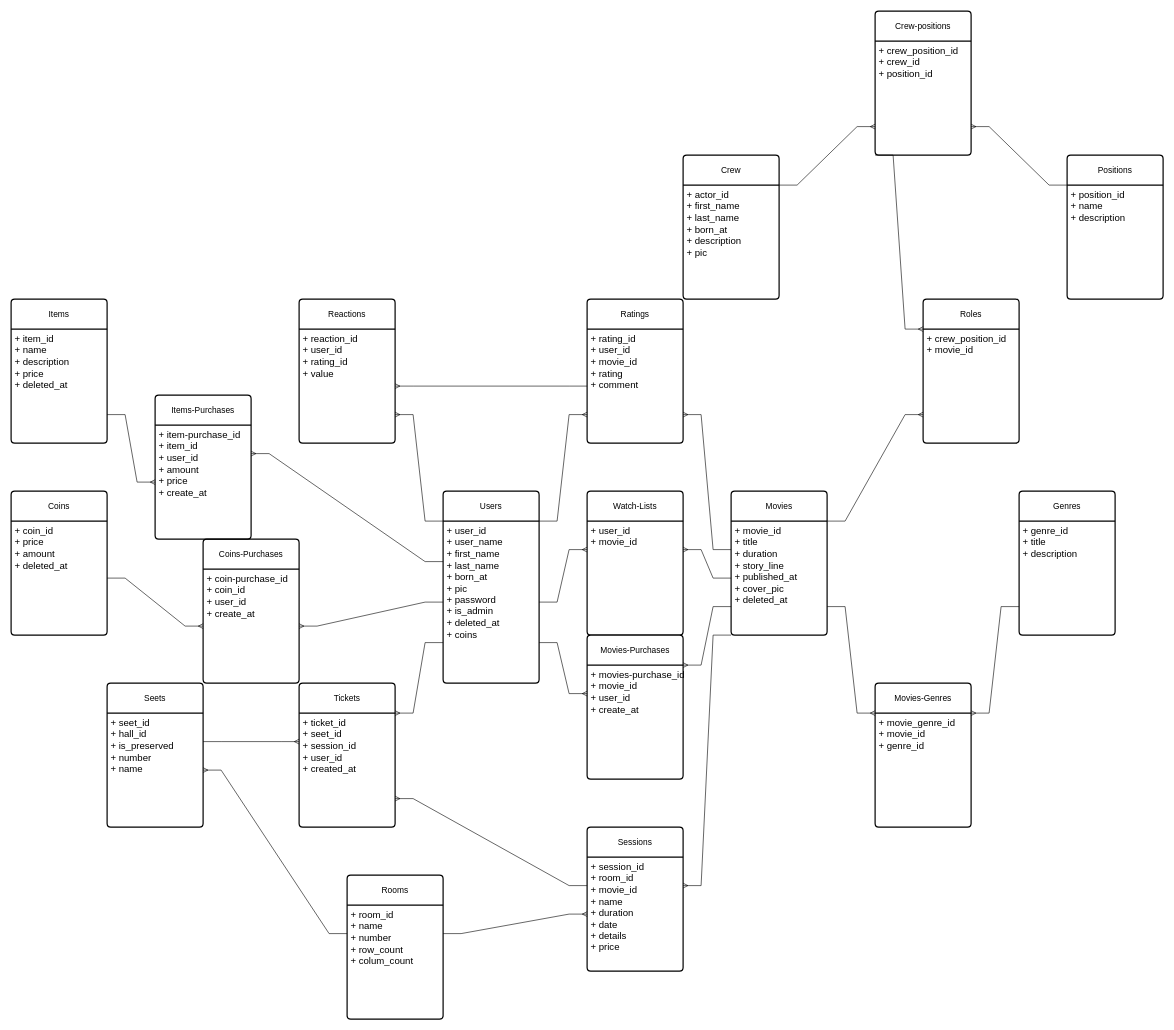
khaled-al-hamwie/cinema_managment_system_v1 keeps this draw.io diagram as extra/ERD.drawio. Above is the earlier version. Source tidied: cells renumbered, new cells numbered last; positions are measured from the earlier drawing's top-left corner, leaving out a move shared by most shapes. Both pictures are drawn from the tidied source at 60%, with x=0, y=0 at pixel (11, 11).
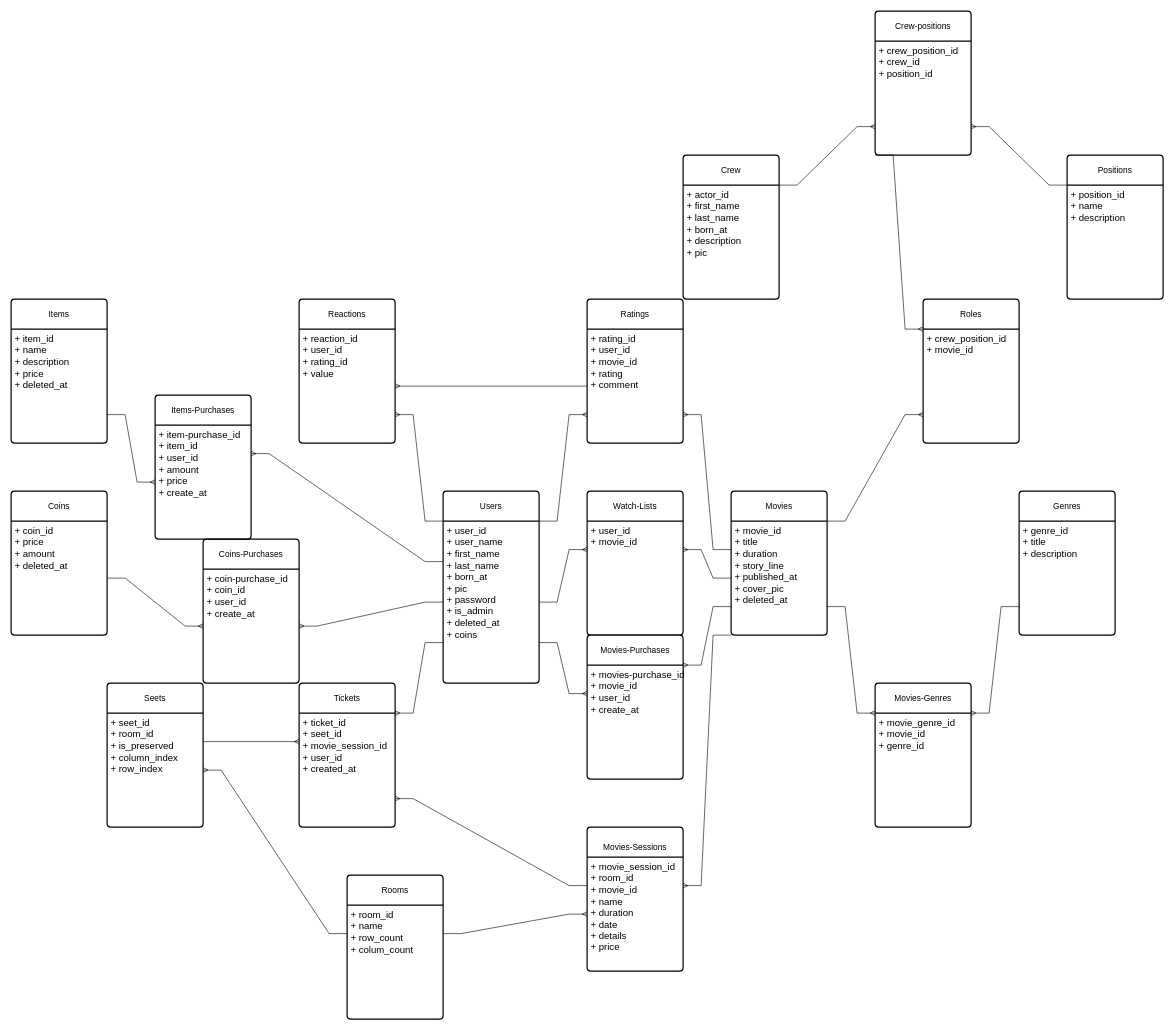
The same diagram, later.

Commit message (it also covers changes not shown here):
fixing the session name in erd to movies session

Unchanged cells that the change refers to:
```xml
<mxCell id="36" value="Rooms" style="swimlane;horizontal=1;startSize=50;rounded=1;fontSize=14;fontStyle=0;strokeWidth=2;shadow=0;dashed=0;align=center;arcSize=4;whiteSpace=wrap;html=1;" parent="1" vertex="1">
  <mxGeometry x="560" y="1440" width="160" height="240" as="geometry" />
</mxCell>
<mxCell id="38" value="Seets" style="swimlane;horizontal=1;startSize=50;rounded=1;fontSize=14;fontStyle=0;strokeWidth=2;shadow=0;dashed=0;align=center;arcSize=4;whiteSpace=wrap;html=1;" parent="1" vertex="1">
  <mxGeometry x="160" y="1120" width="160" height="240" as="geometry" />
</mxCell>
<mxCell id="45" value="Tickets" style="swimlane;horizontal=1;startSize=50;rounded=1;fontSize=14;fontStyle=0;strokeWidth=2;shadow=0;dashed=0;align=center;arcSize=4;whiteSpace=wrap;html=1;" parent="1" vertex="1">
  <mxGeometry x="480" y="1120" width="160" height="240" as="geometry" />
</mxCell>
```

Diff of the diagram source:
```diff
@@
-    <mxCell id="37" value="&lt;font style=&quot;font-size: 16px;&quot;&gt;+ room_id&lt;br&gt;+ name&lt;br&gt;+ number&lt;br&gt;+ row_count&lt;br&gt;+ colum_count&amp;nbsp;&lt;br&gt;&lt;br&gt;&lt;/font&gt;" style="align=left;strokeColor=none;fillColor=none;spacingLeft=4;fontSize=12;verticalAlign=top;html=1;" parent="36" vertex="1">
+    <mxCell id="37" value="&lt;font style=&quot;font-size: 16px;&quot;&gt;+ room_id&lt;br&gt;+ name&lt;br&gt;+ row_count&lt;br&gt;+ colum_count&amp;nbsp;&lt;br&gt;&lt;br&gt;&lt;/font&gt;" style="align=left;strokeColor=none;fillColor=none;spacingLeft=4;fontSize=12;verticalAlign=top;html=1;" parent="36" vertex="1">
       <mxGeometry y="50" width="160" height="190" as="geometry" />
     </mxCell>
@@
-    <mxCell id="39" value="&lt;font style=&quot;font-size: 16px;&quot;&gt;+ seet_id&lt;br&gt;+ hall_id&lt;br&gt;+ is_preserved&lt;br&gt;+ number&lt;br&gt;+ name&lt;br&gt;&lt;br&gt;&lt;/font&gt;" style="align=left;strokeColor=none;fillColor=none;spacingLeft=4;fontSize=12;verticalAlign=top;html=1;" parent="38" vertex="1">
+    <mxCell id="39" value="&lt;font style=&quot;font-size: 16px;&quot;&gt;+ seet_id&lt;br&gt;+ room_id&lt;br&gt;+ is_preserved&lt;br&gt;+ column_index&lt;br&gt;+ row_index&lt;br&gt;&lt;br&gt;&lt;/font&gt;" style="align=left;strokeColor=none;fillColor=none;spacingLeft=4;fontSize=12;verticalAlign=top;html=1;" parent="38" vertex="1">
       <mxGeometry y="50" width="160" height="190" as="geometry" />
     </mxCell>
@@
-    <mxCell id="41" value="Sessions" style="swimlane;horizontal=1;startSize=50;rounded=1;fontSize=14;fontStyle=0;strokeWidth=2;shadow=0;dashed=0;align=center;arcSize=4;whiteSpace=wrap;html=1;" parent="1" vertex="1">
+    <mxCell id="41" value="&lt;br&gt;Movies-Sessions" style="swimlane;horizontal=1;startSize=50;rounded=1;fontSize=14;fontStyle=0;strokeWidth=2;shadow=0;dashed=0;align=center;arcSize=4;whiteSpace=wrap;html=1;" parent="1" vertex="1">
       <mxGeometry x="960" y="1360" width="160" height="240" as="geometry" />
     </mxCell>
-    <mxCell id="42" value="&lt;font style=&quot;font-size: 16px;&quot;&gt;+ session_id&lt;br&gt;+ room_id&lt;br&gt;+ movie_id&lt;br&gt;+ name&amp;nbsp;&lt;br&gt;+ duration&amp;nbsp;&lt;br&gt;+ date&lt;br&gt;+ details&lt;br&gt;+ price&lt;br&gt;&lt;/font&gt;" style="align=left;strokeColor=none;fillColor=none;spacingLeft=4;fontSize=12;verticalAlign=top;html=1;" parent="41" vertex="1">
+    <mxCell id="42" value="&lt;font style=&quot;font-size: 16px;&quot;&gt;+ movie_session_id&lt;br&gt;+ room_id&lt;br&gt;+ movie_id&lt;br&gt;+ name&amp;nbsp;&lt;br&gt;+ duration&amp;nbsp;&lt;br&gt;+ date&lt;br&gt;+ details&lt;br&gt;+ price&lt;br&gt;&lt;/font&gt;" style="align=left;strokeColor=none;fillColor=none;spacingLeft=4;fontSize=12;verticalAlign=top;html=1;" parent="41" vertex="1">
       <mxGeometry y="50" width="160" height="190" as="geometry" />
     </mxCell>
@@
-    <mxCell id="46" value="&lt;font style=&quot;font-size: 16px;&quot;&gt;+ ticket_id&lt;br&gt;+ seet_id&lt;br&gt;+ session_id&lt;br&gt;+ user_id&lt;br&gt;+ created_at&lt;br&gt;&lt;/font&gt;" style="align=left;strokeColor=none;fillColor=none;spacingLeft=4;fontSize=12;verticalAlign=top;html=1;" parent="45" vertex="1">
+    <mxCell id="46" value="&lt;font style=&quot;font-size: 16px;&quot;&gt;+ ticket_id&lt;br&gt;+ seet_id&lt;br&gt;+ movie_session_id&lt;br&gt;+ user_id&lt;br&gt;+ created_at&lt;br&gt;&lt;/font&gt;" style="align=left;strokeColor=none;fillColor=none;spacingLeft=4;fontSize=12;verticalAlign=top;html=1;" parent="45" vertex="1">
       <mxGeometry y="50" width="160" height="190" as="geometry" />
     </mxCell>
```
